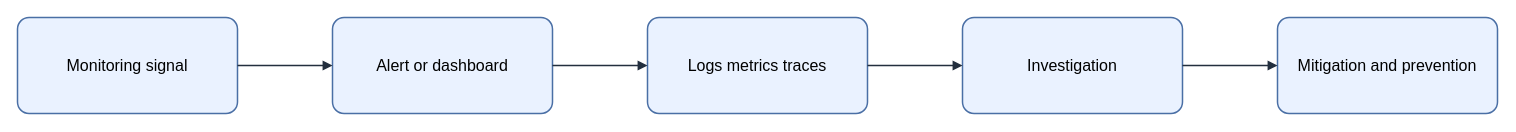
Above: assets/img/observability/monitoring-observability-flow.drawio in KKamJi98/kkamji98.github.io (draw.io), before the change. Source tidied: cells renumbered, new cells numbered last; positions are measured from the earlier drawing's top-left corner, leaving out a move shared by most shapes. Both pictures are drawn from the tidied source at 100%, with x=0, y=0 at pixel (17, 17).
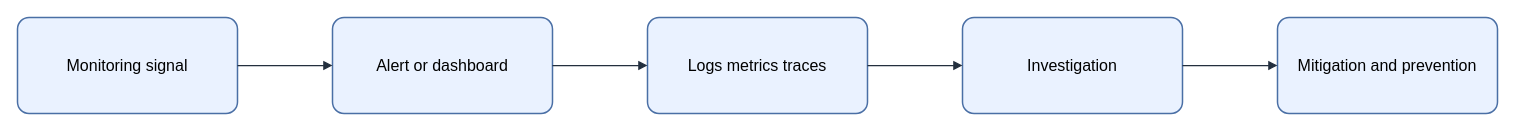
Above is the later version.

The edit, as a diff of the source:
```diff
@@
 <mxGraphModel background="#FFFFFF">
   <root>
     <mxCell id="0" />
     <mxCell id="1" parent="0" />
-    <mxCell id="2" value="&lt;font style=&quot;color: rgb(0, 0, 0);&quot;&gt;Monitoring signal&lt;/font&gt;" style="rounded=1;arcSize=12;whiteSpace=wrap;html=1;fillColor=#EAF2FF;strokeColor=#4A6FA5;strokeWidth=1.5;fontColor=#000000;fontSize=16;align=center;verticalAlign=middle;spacing=8;shadow=0;" parent="1" vertex="1">
+    <mxCell id="2" value="Monitoring signal" style="rounded=1;arcSize=12;whiteSpace=wrap;html=0;fillColor=#EAF2FF;strokeColor=#4A6FA5;strokeWidth=1.5;fontColor=#000000;fontSize=16;align=center;verticalAlign=middle;spacing=8;shadow=0;" parent="1" vertex="1">
       <mxGeometry width="220" height="96" as="geometry" />
     </mxCell>
-    <mxCell id="3" value="&lt;font style=&quot;color: rgb(0, 0, 0);&quot;&gt;Alert or dashboard&lt;/font&gt;" style="rounded=1;arcSize=12;whiteSpace=wrap;html=1;fillColor=#EAF2FF;strokeColor=#4A6FA5;strokeWidth=1.5;fontColor=#000000;fontSize=16;align=center;verticalAlign=middle;spacing=8;shadow=0;" parent="1" vertex="1">
+    <mxCell id="3" value="Alert or dashboard" style="rounded=1;arcSize=12;whiteSpace=wrap;html=0;fillColor=#EAF2FF;strokeColor=#4A6FA5;strokeWidth=1.5;fontColor=#000000;fontSize=16;align=center;verticalAlign=middle;spacing=8;shadow=0;" parent="1" vertex="1">
       <mxGeometry x="315" width="220" height="96" as="geometry" />
     </mxCell>
-    <mxCell id="4" value="&lt;font style=&quot;color: rgb(0, 0, 0);&quot;&gt;Logs metrics traces&lt;/font&gt;" style="rounded=1;arcSize=12;whiteSpace=wrap;html=1;fillColor=#EAF2FF;strokeColor=#4A6FA5;strokeWidth=1.5;fontColor=#000000;fontSize=16;align=center;verticalAlign=middle;spacing=8;shadow=0;" parent="1" vertex="1">
+    <mxCell id="4" value="Logs metrics traces" style="rounded=1;arcSize=12;whiteSpace=wrap;html=0;fillColor=#EAF2FF;strokeColor=#4A6FA5;strokeWidth=1.5;fontColor=#000000;fontSize=16;align=center;verticalAlign=middle;spacing=8;shadow=0;" parent="1" vertex="1">
       <mxGeometry x="630" width="220" height="96" as="geometry" />
     </mxCell>
-    <mxCell id="5" value="&lt;font style=&quot;color: rgb(0, 0, 0);&quot;&gt;Investigation&lt;/font&gt;" style="rounded=1;arcSize=12;whiteSpace=wrap;html=1;fillColor=#EAF2FF;strokeColor=#4A6FA5;strokeWidth=1.5;fontColor=#000000;fontSize=16;align=center;verticalAlign=middle;spacing=8;shadow=0;" parent="1" vertex="1">
+    <mxCell id="5" value="Investigation" style="rounded=1;arcSize=12;whiteSpace=wrap;html=0;fillColor=#EAF2FF;strokeColor=#4A6FA5;strokeWidth=1.5;fontColor=#000000;fontSize=16;align=center;verticalAlign=middle;spacing=8;shadow=0;" parent="1" vertex="1">
       <mxGeometry x="945" width="220" height="96" as="geometry" />
     </mxCell>
-    <mxCell id="6" value="&lt;font style=&quot;color: rgb(0, 0, 0);&quot;&gt;Mitigation and prevention&lt;/font&gt;" style="rounded=1;arcSize=12;whiteSpace=wrap;html=1;fillColor=#EAF2FF;strokeColor=#4A6FA5;strokeWidth=1.5;fontColor=#000000;fontSize=16;align=center;verticalAlign=middle;spacing=8;shadow=0;" parent="1" vertex="1">
+    <mxCell id="6" value="Mitigation and prevention" style="rounded=1;arcSize=12;whiteSpace=wrap;html=0;fillColor=#EAF2FF;strokeColor=#4A6FA5;strokeWidth=1.5;fontColor=#000000;fontSize=16;align=center;verticalAlign=middle;spacing=8;shadow=0;" parent="1" vertex="1">
       <mxGeometry x="1260" width="220" height="96" as="geometry" />
     </mxCell>
-    <mxCell id="7" style="edgeStyle=orthogonalEdgeStyle;rounded=0;jettySize=auto;html=1;endArrow=block;endFill=1;strokeColor=#232F3E;strokeWidth=1.5;fontColor=#000000;labelBackgroundColor=none;exitX=1;exitY=0.5;exitDx=0;exitDy=0;entryX=0;entryY=0.5;entryDx=0;entryDy=0;" parent="1" edge="1" source="2" target="3">
+    <mxCell id="7" style="edgeStyle=orthogonalEdgeStyle;rounded=0;jettySize=auto;html=0;endArrow=block;endFill=1;strokeColor=#232F3E;strokeWidth=1.25;fontColor=#000000;labelBackgroundColor=none;exitX=1;exitY=0.5;exitDx=0;exitDy=0;entryX=0;entryY=0.5;entryDx=0;entryDy=0;" parent="1" edge="1" source="2" target="3">
       <mxGeometry relative="1" as="geometry" />
     </mxCell>
-    <mxCell id="8" style="edgeStyle=orthogonalEdgeStyle;rounded=0;jettySize=auto;html=1;endArrow=block;endFill=1;strokeColor=#232F3E;strokeWidth=1.5;fontColor=#000000;labelBackgroundColor=none;exitX=1;exitY=0.5;exitDx=0;exitDy=0;entryX=0;entryY=0.5;entryDx=0;entryDy=0;" parent="1" edge="1" source="3" target="4">
+    <mxCell id="8" style="edgeStyle=orthogonalEdgeStyle;rounded=0;jettySize=auto;html=0;endArrow=block;endFill=1;strokeColor=#232F3E;strokeWidth=1.25;fontColor=#000000;labelBackgroundColor=none;exitX=1;exitY=0.5;exitDx=0;exitDy=0;entryX=0;entryY=0.5;entryDx=0;entryDy=0;" parent="1" edge="1" source="3" target="4">
       <mxGeometry relative="1" as="geometry" />
     </mxCell>
-    <mxCell id="9" style="edgeStyle=orthogonalEdgeStyle;rounded=0;jettySize=auto;html=1;endArrow=block;endFill=1;strokeColor=#232F3E;strokeWidth=1.5;fontColor=#000000;labelBackgroundColor=none;exitX=1;exitY=0.5;exitDx=0;exitDy=0;entryX=0;entryY=0.5;entryDx=0;entryDy=0;" parent="1" edge="1" source="4" target="5">
+    <mxCell id="9" style="edgeStyle=orthogonalEdgeStyle;rounded=0;jettySize=auto;html=0;endArrow=block;endFill=1;strokeColor=#232F3E;strokeWidth=1.25;fontColor=#000000;labelBackgroundColor=none;exitX=1;exitY=0.5;exitDx=0;exitDy=0;entryX=0;entryY=0.5;entryDx=0;entryDy=0;" parent="1" edge="1" source="4" target="5">
       <mxGeometry relative="1" as="geometry" />
     </mxCell>
-    <mxCell id="10" style="edgeStyle=orthogonalEdgeStyle;rounded=0;jettySize=auto;html=1;endArrow=block;endFill=1;strokeColor=#232F3E;strokeWidth=1.5;fontColor=#000000;labelBackgroundColor=none;exitX=1;exitY=0.5;exitDx=0;exitDy=0;entryX=0;entryY=0.5;entryDx=0;entryDy=0;" parent="1" edge="1" source="5" target="6">
+    <mxCell id="10" style="edgeStyle=orthogonalEdgeStyle;rounded=0;jettySize=auto;html=0;endArrow=block;endFill=1;strokeColor=#232F3E;strokeWidth=1.25;fontColor=#000000;labelBackgroundColor=none;exitX=1;exitY=0.5;exitDx=0;exitDy=0;entryX=0;entryY=0.5;entryDx=0;entryDy=0;" parent="1" edge="1" source="5" target="6">
       <mxGeometry relative="1" as="geometry" />
     </mxCell>
   </root>
 </mxGraphModel>
```
